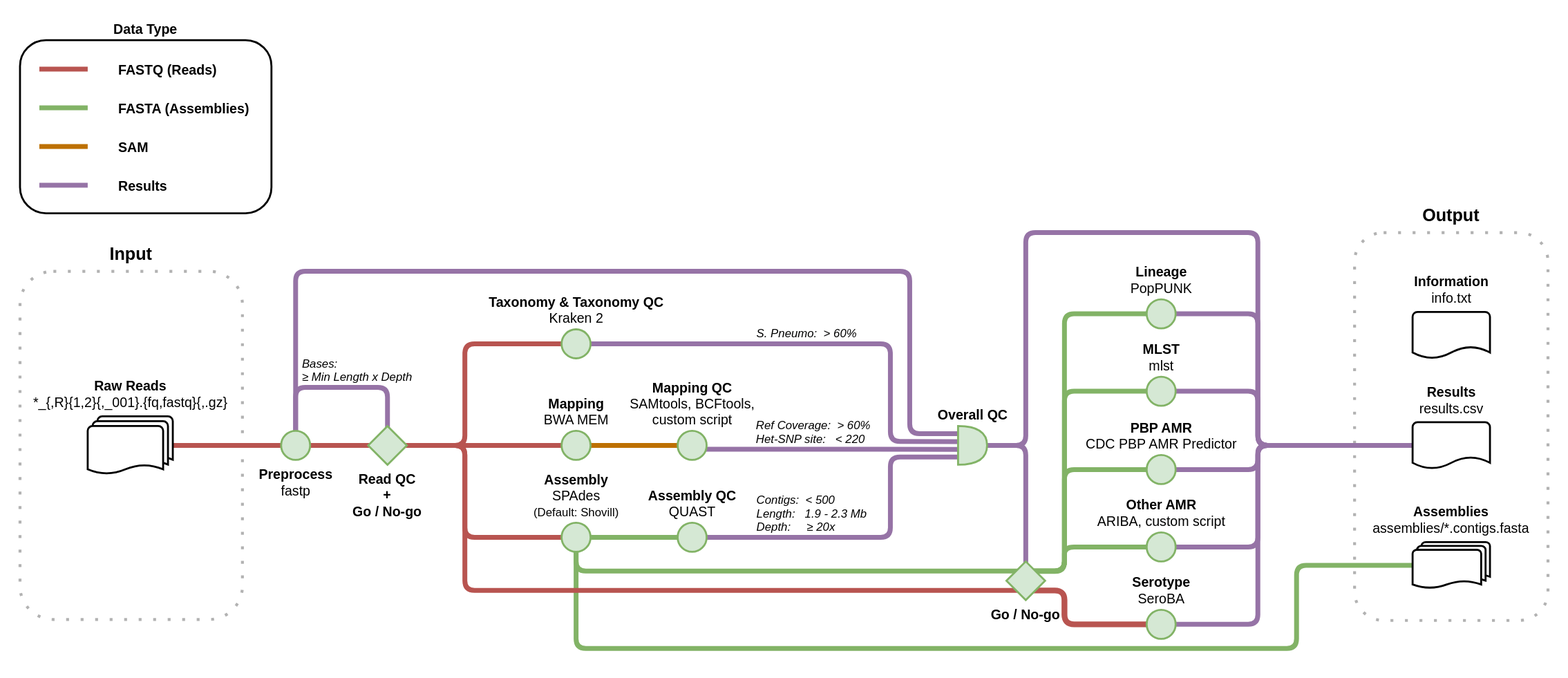
sanger-bentley-group/gps-pipeline keeps this draw.io diagram as doc/workflow.drawio.svg. Above is the earlier version. Source tidied: cells renumbered, new cells last; positions are measured from the earlier drawing's top-left corner, leaving out a move shared by most shapes.
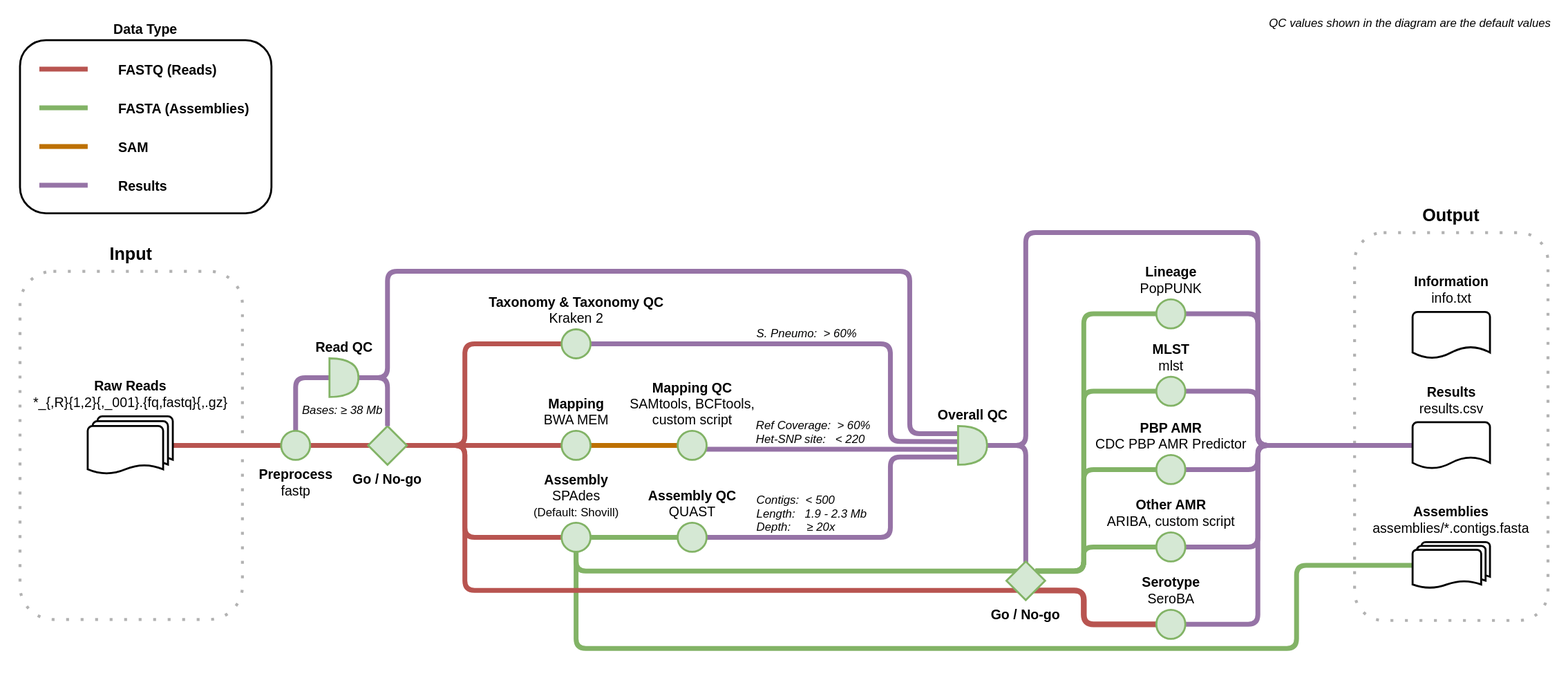
Later version of the same file.

Commit message:
Improve clarity of Read QC module

The edit, as a diff of the source:
```diff
@@ -128,35 +128,42 @@
         <mxPoint x="45" as="offset" />
       </mxGeometry>
     </mxCell>
-    <mxCell id="27" style="edgeStyle=orthogonalEdgeStyle;rounded=1;jettySize=auto;html=1;entryX=0;entryY=0.5;entryDx=0;entryDy=0;strokeWidth=5;endArrow=none;endFill=0;fillColor=#d5e8d4;strokeColor=#82b366;exitX=0.5;exitY=0.25;exitDx=0;exitDy=0;exitPerimeter=0;" parent="1" edge="1" source="59" target="50">
+    <mxCell id="27" style="edgeStyle=orthogonalEdgeStyle;rounded=1;orthogonalLoop=1;jettySize=auto;html=1;entryX=0;entryY=0.5;entryDx=0;entryDy=0;strokeWidth=5;endArrow=none;endFill=0;fillColor=#d5e8d4;strokeColor=#82b366;exitX=0.5;exitY=0.25;exitDx=0;exitDy=0;exitPerimeter=0;" parent="1" edge="1">
       <mxGeometry relative="1" as="geometry">
+        <mxPoint x="1070" y="590" as="sourcePoint" />
+        <mxPoint x="1205" y="324" as="targetPoint" />
         <Array as="points">
-          <mxPoint x="1100" y="590" />
-          <mxPoint x="1100" y="324" />
+          <mxPoint x="1120" y="590" />
+          <mxPoint x="1120" y="324" />
         </Array>
       </mxGeometry>
     </mxCell>
-    <mxCell id="28" style="edgeStyle=orthogonalEdgeStyle;rounded=1;jettySize=auto;html=1;entryX=0;entryY=0.5;entryDx=0;entryDy=0;endArrow=none;endFill=0;fillColor=#d5e8d4;strokeColor=#82b366;strokeWidth=5;exitX=0.5;exitY=0.255;exitDx=0;exitDy=0;exitPerimeter=0;" parent="1" edge="1" source="59" target="45">
+    <mxCell id="28" style="edgeStyle=orthogonalEdgeStyle;rounded=1;orthogonalLoop=1;jettySize=auto;html=1;entryX=0;entryY=0.5;entryDx=0;entryDy=0;endArrow=none;endFill=0;fillColor=#d5e8d4;strokeColor=#82b366;strokeWidth=5;exitX=0.5;exitY=0.255;exitDx=0;exitDy=0;exitPerimeter=0;" parent="1" edge="1">
       <mxGeometry relative="1" as="geometry">
+        <mxPoint x="1070" y="590.2" as="sourcePoint" />
+        <mxPoint x="1205" y="404" as="targetPoint" />
         <Array as="points">
-          <mxPoint x="1100" y="590" />
-          <mxPoint x="1100" y="404" />
+          <mxPoint x="1120" y="590" />
+          <mxPoint x="1120" y="404" />
         </Array>
       </mxGeometry>
     </mxCell>
-    <mxCell id="29" style="edgeStyle=orthogonalEdgeStyle;html=1;entryX=0;entryY=0.5;entryDx=0;entryDy=0;endArrow=none;endFill=0;strokeWidth=6;exitX=0.5;exitY=0.75;exitDx=0;exitDy=0;exitPerimeter=0;fillColor=#f8cecc;strokeColor=#b85450;" parent="1" edge="1" source="59" target="52">
+    <mxCell id="29" style="edgeStyle=orthogonalEdgeStyle;html=1;entryX=0;entryY=0.5;entryDx=0;entryDy=0;endArrow=none;endFill=0;strokeWidth=6;exitX=0.7;exitY=0.75;exitDx=0;exitDy=0;exitPerimeter=0;fillColor=#f8cecc;strokeColor=#b85450;" parent="1" edge="1" source="59">
       <mxGeometry relative="1" as="geometry">
+        <mxPoint x="1215" y="645" as="targetPoint" />
         <Array as="points">
-          <mxPoint x="1100" y="610" />
-          <mxPoint x="1100" y="645" />
+          <mxPoint x="1120" y="610" />
+          <mxPoint x="1120" y="645" />
         </Array>
       </mxGeometry>
     </mxCell>
-    <mxCell id="30" style="edgeStyle=orthogonalEdgeStyle;html=1;entryX=0;entryY=0.5;entryDx=0;entryDy=0;endArrow=none;endFill=0;strokeWidth=5;fillColor=#d5e8d4;strokeColor=#82b366;exitX=0.5;exitY=0.245;exitDx=0;exitDy=0;exitPerimeter=0;" parent="1" edge="1" source="59" target="43">
+    <mxCell id="30" style="edgeStyle=orthogonalEdgeStyle;html=1;entryX=0;entryY=0.5;entryDx=0;entryDy=0;endArrow=none;endFill=0;strokeWidth=5;fillColor=#d5e8d4;strokeColor=#82b366;exitX=0.5;exitY=0.245;exitDx=0;exitDy=0;exitPerimeter=0;" parent="1" edge="1">
       <mxGeometry relative="1" as="geometry">
+        <mxPoint x="1070" y="589.8" as="sourcePoint" />
+        <mxPoint x="1205" y="485" as="targetPoint" />
         <Array as="points">
-          <mxPoint x="1100" y="590" />
-          <mxPoint x="1100" y="485" />
+          <mxPoint x="1120" y="590" />
+          <mxPoint x="1120" y="485" />
         </Array>
       </mxGeometry>
     </mxCell>
@@ -191,31 +198,33 @@
     <mxCell id="37" value="&lt;b style=&quot;border-color: var(--border-color);&quot;&gt;Mapping QC&lt;/b&gt;&lt;b style=&quot;font-size: 14px&quot;&gt;&lt;br style=&quot;font-size: 14px&quot;&gt;&lt;/b&gt;SAMtools, BCFtools,&lt;br&gt;custom script" style="ellipse;html=1;strokeWidth=2;labelPosition=center;verticalLabelPosition=top;align=center;verticalAlign=bottom;fillColor=#d5e8d4;strokeColor=#82b366;rounded=1;fontSize=14;" parent="1" vertex="1">
       <mxGeometry x="700" y="445" width="30" height="30" as="geometry" />
     </mxCell>
-    <mxCell id="38" style="edgeStyle=orthogonalEdgeStyle;html=1;entryX=0.5;entryY=0.5;entryDx=0;entryDy=0;entryPerimeter=0;exitX=0.5;exitY=0.5;exitDx=0;exitDy=0;strokeWidth=5;fillColor=#e1d5e7;strokeColor=#9673a6;endArrow=none;endFill=0;exitPerimeter=0;rounded=1;" parent="1" edge="1" source="40" target="57">
-      <mxGeometry relative="1" as="geometry">
-        <Array as="points">
-          <mxPoint x="305" y="400" />
-          <mxPoint x="400" y="400" />
-        </Array>
-      </mxGeometry>
-    </mxCell>
-    <mxCell id="39" style="edgeStyle=orthogonalEdgeStyle;jettySize=auto;html=1;entryX=-0.003;entryY=0.198;entryDx=0;entryDy=0;entryPerimeter=0;fillColor=#e1d5e7;strokeColor=#9673a6;rounded=1;strokeWidth=5;endArrow=none;endFill=0;" parent="1" edge="1" source="40" target="48">
+    <mxCell id="39" style="edgeStyle=orthogonalEdgeStyle;jettySize=auto;html=1;entryX=-0.003;entryY=0.198;entryDx=0;entryDy=0;entryPerimeter=0;fillColor=#e1d5e7;strokeColor=#9673a6;rounded=1;strokeWidth=5;endArrow=none;endFill=0;exitX=1;exitY=0.5;exitDx=0;exitDy=0;exitPerimeter=0;" parent="1" edge="1" source="64" target="48">
       <mxGeometry relative="1" as="geometry">
         <Array as="points">
-          <mxPoint x="305" y="280" />
+          <mxPoint x="400" y="390" />
+          <mxPoint x="400" y="280" />
           <mxPoint x="940" y="280" />
           <mxPoint x="940" y="448" />
         </Array>
       </mxGeometry>
     </mxCell>
+    <mxCell id="62" style="edgeStyle=none;html=1;entryX=0;entryY=0.5;entryDx=0;entryDy=0;entryPerimeter=0;rounded=1;strokeWidth=5;fillColor=#e1d5e7;strokeColor=#9673a6;endArrow=none;endFill=0;" parent="1" edge="1" source="40" target="64">
+      <mxGeometry relative="1" as="geometry">
+        <Array as="points">
+          <mxPoint x="305" y="390" />
+        </Array>
+      </mxGeometry>
+    </mxCell>
     <mxCell id="40" value="&lt;b style=&quot;font-size: 14px;&quot;&gt;Preprocess&lt;/b&gt;&lt;br style=&quot;font-size: 14px;&quot;&gt;fastp" style="ellipse;html=1;strokeWidth=2;labelPosition=center;verticalLabelPosition=bottom;align=center;verticalAlign=top;fillColor=#d5e8d4;strokeColor=#82b366;rounded=1;fontSize=14;" parent="1" vertex="1">
       <mxGeometry x="290" y="445" width="30" height="30" as="geometry" />
     </mxCell>
-    <mxCell id="41" style="edgeStyle=orthogonalEdgeStyle;html=1;entryX=0;entryY=0.5;entryDx=0;entryDy=0;exitX=0.5;exitY=0.248;exitDx=0;exitDy=0;exitPerimeter=0;strokeWidth=5;endArrow=none;endFill=0;fillColor=#d5e8d4;strokeColor=#82b366;" parent="1" edge="1" source="59" target="54">
+    <mxCell id="41" style="edgeStyle=orthogonalEdgeStyle;html=1;entryX=0;entryY=0.5;entryDx=0;entryDy=0;exitX=0.5;exitY=0.248;exitDx=0;exitDy=0;exitPerimeter=0;strokeWidth=5;endArrow=none;endFill=0;fillColor=#d5e8d4;strokeColor=#82b366;" parent="1" edge="1">
       <mxGeometry relative="1" as="geometry">
+        <mxPoint x="1070" y="589.9" as="sourcePoint" />
+        <mxPoint x="1205" y="565" as="targetPoint" />
         <Array as="points">
-          <mxPoint x="1100" y="590" />
-          <mxPoint x="1100" y="565" />
+          <mxPoint x="1120" y="590" />
+          <mxPoint x="1120" y="565" />
         </Array>
       </mxGeometry>
     </mxCell>
@@ -228,7 +237,7 @@
       </mxGeometry>
     </mxCell>
     <mxCell id="43" value="&lt;b style=&quot;font-size: 14px&quot;&gt;PBP AMR&lt;/b&gt;&lt;br style=&quot;font-size: 14px&quot;&gt;CDC PBP AMR Predictor" style="ellipse;html=1;strokeWidth=2;labelPosition=center;verticalLabelPosition=top;align=center;verticalAlign=bottom;fillColor=#d5e8d4;strokeColor=#82b366;rounded=1;fontSize=14;" parent="1" vertex="1">
-      <mxGeometry x="1185" y="470" width="30" height="30" as="geometry" />
+      <mxGeometry x="1195" y="470" width="30" height="30" as="geometry" />
     </mxCell>
     <mxCell id="44" style="edgeStyle=orthogonalEdgeStyle;rounded=1;jettySize=auto;html=1;entryX=0;entryY=0.5;entryDx=0;entryDy=0;entryPerimeter=0;fillColor=#e1d5e7;strokeColor=#9673a6;strokeWidth=5;endArrow=none;endFill=0;" parent="1" edge="1" source="45" target="61">
       <mxGeometry relative="1" as="geometry">
@@ -239,7 +248,7 @@
       </mxGeometry>
     </mxCell>
     <mxCell id="45" value="&lt;b style=&quot;font-size: 14px&quot;&gt;MLST&lt;/b&gt;&lt;br style=&quot;font-size: 14px&quot;&gt;mlst" style="ellipse;html=1;strokeWidth=2;labelPosition=center;verticalLabelPosition=top;align=center;verticalAlign=bottom;fillColor=#d5e8d4;strokeColor=#82b366;rounded=1;fontSize=14;" parent="1" vertex="1">
-      <mxGeometry x="1185" y="389" width="30" height="30" as="geometry" />
+      <mxGeometry x="1195" y="389" width="30" height="30" as="geometry" />
     </mxCell>
     <mxCell id="46" style="edgeStyle=orthogonalEdgeStyle;rounded=1;jettySize=auto;html=1;entryX=0;entryY=0.5;entryDx=0;entryDy=0;entryPerimeter=0;fillColor=#e1d5e7;strokeColor=#9673a6;strokeWidth=5;endArrow=none;endFill=0;" parent="1" edge="1" source="48" target="61">
       <mxGeometry relative="1" as="geometry">
@@ -270,7 +279,7 @@
       </mxGeometry>
     </mxCell>
     <mxCell id="50" value="&lt;b style=&quot;font-size: 14px&quot;&gt;Lineage&lt;/b&gt;&lt;br style=&quot;font-size: 14px&quot;&gt;PopPUNK" style="ellipse;html=1;strokeWidth=2;labelPosition=center;verticalLabelPosition=top;align=center;verticalAlign=bottom;fillColor=#d5e8d4;strokeColor=#82b366;rounded=1;fontSize=14;" parent="1" vertex="1">
-      <mxGeometry x="1185" y="309" width="30" height="30" as="geometry" />
+      <mxGeometry x="1195" y="309" width="30" height="30" as="geometry" />
     </mxCell>
     <mxCell id="51" style="edgeStyle=orthogonalEdgeStyle;rounded=1;jettySize=auto;html=1;entryX=0;entryY=0.5;entryDx=0;entryDy=0;entryPerimeter=0;fillColor=#e1d5e7;strokeColor=#9673a6;strokeWidth=5;endArrow=none;endFill=0;" parent="1" edge="1" source="52" target="61">
       <mxGeometry relative="1" as="geometry">
@@ -281,7 +290,7 @@
       </mxGeometry>
     </mxCell>
     <mxCell id="52" value="&lt;b style=&quot;font-size: 14px;&quot;&gt;Serotype&lt;/b&gt;&lt;br style=&quot;font-size: 14px;&quot;&gt;SeroBA" style="ellipse;html=1;strokeWidth=2;labelPosition=center;verticalLabelPosition=top;align=center;verticalAlign=bottom;fillColor=#d5e8d4;strokeColor=#82b366;rounded=1;fontSize=14;" parent="1" vertex="1">
-      <mxGeometry x="1185" y="630" width="30" height="30" as="geometry" />
+      <mxGeometry x="1195" y="630" width="30" height="30" as="geometry" />
     </mxCell>
     <mxCell id="53" style="edgeStyle=orthogonalEdgeStyle;rounded=1;jettySize=auto;html=1;entryX=0;entryY=0.5;entryDx=0;entryDy=0;entryPerimeter=0;fillColor=#e1d5e7;strokeColor=#9673a6;strokeWidth=5;endArrow=none;endFill=0;" parent="1" edge="1" source="54" target="61">
       <mxGeometry relative="1" as="geometry">
@@ -292,7 +301,7 @@
       </mxGeometry>
     </mxCell>
     <mxCell id="54" value="&lt;b&gt;Other AMR&lt;/b&gt;&lt;br&gt;ARIBA, custom script" style="ellipse;html=1;strokeWidth=2;labelPosition=center;verticalLabelPosition=top;align=center;verticalAlign=bottom;fillColor=#d5e8d4;strokeColor=#82b366;rounded=1;fontSize=14;" parent="1" vertex="1">
-      <mxGeometry x="1185" y="550" width="30" height="30" as="geometry" />
+      <mxGeometry x="1195" y="550" width="30" height="30" as="geometry" />
     </mxCell>
     <mxCell id="55" value="&lt;b style=&quot;font-size: 14px&quot;&gt;Information&lt;/b&gt;&lt;br style=&quot;font-size: 14px&quot;&gt;info.txt" style="strokeWidth=2;html=1;shape=mxgraph.flowchart.document2;size=0.25;labelPosition=center;verticalLabelPosition=top;align=center;verticalAlign=bottom;rounded=1;spacing=5;fontSize=14;" parent="1" vertex="1">
       <mxGeometry x="1460" y="322" width="80" height="48" as="geometry" />
@@ -305,11 +314,11 @@
         </Array>
       </mxGeometry>
     </mxCell>
-    <mxCell id="57" value="Read QC&#10;+&#10;Go / No-go" style="strokeWidth=2;shape=mxgraph.flowchart.decision;fillColor=#d5e8d4;strokeColor=#82b366;labelPosition=center;verticalLabelPosition=bottom;align=center;verticalAlign=top;fontStyle=1;rounded=1;fontSize=14;" parent="1" vertex="1">
+    <mxCell id="57" value="Go / No-go" style="strokeWidth=2;shape=mxgraph.flowchart.decision;fillColor=#d5e8d4;strokeColor=#82b366;labelPosition=center;verticalLabelPosition=bottom;align=center;verticalAlign=top;fontStyle=1;rounded=1;fontSize=14;" parent="1" vertex="1">
       <mxGeometry x="380" y="440" width="40" height="40" as="geometry" />
     </mxCell>
-    <mxCell id="58" value="Bases:  &#10;≥ Min Length x Depth " style="edgeLabel;align=left;verticalAlign=top;labelBackgroundColor=none;rounded=1;fontSize=12;fontStyle=2;" parent="1" vertex="1">
-      <mxGeometry x="310" y="362" as="geometry" />
+    <mxCell id="58" value="Bases: ≥ 38 Mb " style="edgeLabel;align=left;verticalAlign=top;labelBackgroundColor=none;rounded=1;fontSize=12;fontStyle=2;" parent="1" vertex="1">
+      <mxGeometry x="310" y="410" as="geometry" />
     </mxCell>
     <mxCell id="59" value="Go / No-go" style="strokeWidth=2;shape=mxgraph.flowchart.decision;fillColor=#d5e8d4;strokeColor=#82b366;labelPosition=center;verticalLabelPosition=bottom;align=center;verticalAlign=top;fontStyle=1;rounded=1;fontSize=14;" parent="1" vertex="1">
       <mxGeometry x="1040" y="580" width="40" height="40" as="geometry" />
@@ -320,5 +329,18 @@
     <mxCell id="61" value="&lt;b style=&quot;font-size: 14px&quot;&gt;Results&lt;/b&gt;&lt;br style=&quot;font-size: 14px&quot;&gt;results.csv" style="strokeWidth=2;html=1;shape=mxgraph.flowchart.document2;size=0.25;labelPosition=center;verticalLabelPosition=top;align=center;verticalAlign=bottom;rounded=1;spacing=5;fontSize=14;" parent="1" vertex="1">
       <mxGeometry x="1460" y="436" width="80" height="48" as="geometry" />
     </mxCell>
+    <mxCell id="63" style="edgeStyle=none;rounded=1;html=1;entryX=0.5;entryY=0;entryDx=0;entryDy=0;entryPerimeter=0;strokeWidth=5;endArrow=none;endFill=0;exitX=1;exitY=0.5;exitDx=0;exitDy=0;exitPerimeter=0;fillColor=#e1d5e7;strokeColor=#9673a6;" parent="1" edge="1" source="64" target="57">
+      <mxGeometry relative="1" as="geometry">
+        <Array as="points">
+          <mxPoint x="400" y="390" />
+        </Array>
+      </mxGeometry>
+    </mxCell>
+    <mxCell id="64" value="&lt;b style=&quot;font-size: 14px&quot;&gt;Read QC&lt;/b&gt;" style="shape=or;html=1;strokeWidth=2;labelPosition=center;verticalLabelPosition=top;align=center;verticalAlign=bottom;fillColor=#d5e8d4;strokeColor=#82b366;rounded=1;fontSize=14;" parent="1" vertex="1">
+      <mxGeometry x="340" y="370" width="30" height="40" as="geometry" />
+    </mxCell>
+    <mxCell id="65" value="QC values shown in the diagram are the default values" style="edgeLabel;align=left;verticalAlign=top;labelBackgroundColor=none;rounded=1;fontSize=12;fontStyle=2;" parent="1" vertex="1">
+      <mxGeometry x="1310" y="10" as="geometry" />
+    </mxCell>
   </root>
 </mxGraphModel>
```
